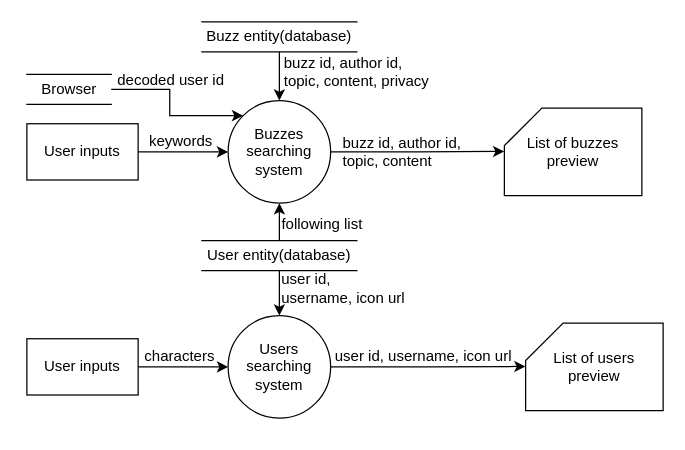
Before: DFD/Buzzer/SeachingSystem.drawio in DonaldLamNL/buzzer, a draw.io diagram. Source tidied: cells renumbered, new cells numbered last; positions are measured from the earlier drawing's top-left corner, leaving out a move shared by most shapes. Both pictures are drawn from the tidied source at 125%, with x=0, y=0 at pixel (26, 21).
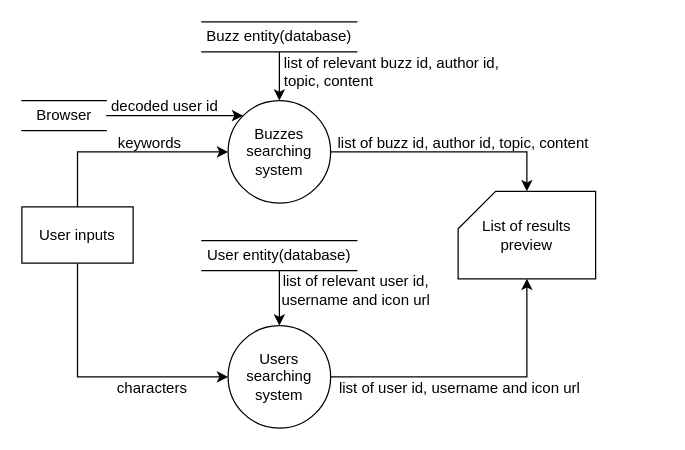
After the change.

Unchanged cells that the change refers to:
```xml
<mxCell id="4" value="Buzzes searching system" style="ellipse;whiteSpace=wrap;html=1;" parent="1" vertex="1">
  <mxGeometry x="161" y="63" width="82" height="82" as="geometry" />
</mxCell>
<mxCell id="16" value="User entity(database)" style="shape=partialRectangle;whiteSpace=wrap;html=1;left=0;right=0;fillColor=none;" parent="1" vertex="1">
  <mxGeometry x="140" y="175" width="124" height="24" as="geometry" />
</mxCell>
```

Diff of the diagram source:
```diff
@@
-    <mxCell id="2" style="edgeStyle=orthogonalEdgeStyle;rounded=0;jettySize=auto;html=1;exitX=1;exitY=0.5;exitDx=0;exitDy=0;" parent="1" edge="1" source="10" target="4">
-      <mxGeometry relative="1" as="geometry" />
-    </mxCell>
-    <mxCell id="3" style="edgeStyle=orthogonalEdgeStyle;rounded=0;jettySize=auto;html=1;exitX=1;exitY=0.5;exitDx=0;exitDy=0;entryX=-0.001;entryY=0.495;entryDx=0;entryDy=0;entryPerimeter=0;" parent="1" edge="1" source="4" target="7">
+    <mxCell id="3" style="edgeStyle=orthogonalEdgeStyle;rounded=0;jettySize=auto;html=1;exitX=1;exitY=0.5;exitDx=0;exitDy=0;entryX=0.5;entryY=0;entryDx=0;entryDy=0;entryPerimeter=0;" parent="1" edge="1" source="4" target="7">
       <mxGeometry relative="1" as="geometry" />
     </mxCell>
@@
-    <mxCell id="7" value="List of buzzes preview" style="shape=card;whiteSpace=wrap;html=1;" parent="1" vertex="1">
-      <mxGeometry x="382" y="69" width="110" height="70" as="geometry" />
+    <mxCell id="7" value="List of results preview" style="shape=card;whiteSpace=wrap;html=1;" parent="1" vertex="1">
+      <mxGeometry x="345" y="135.5" width="110" height="70" as="geometry" />
     </mxCell>
     <mxCell id="8" value="keywords" style="text;html=1;align=center;verticalAlign=middle;strokeColor=none;fillColor=none;" parent="1" vertex="1">
-      <mxGeometry x="88" y="83" width="69" height="26" as="geometry" />
+      <mxGeometry x="63" y="84" width="69" height="26" as="geometry" />
     </mxCell>
-    <mxCell id="9" value="buzz id, author id,&lt;br&gt;topic, content, privacy" style="text;html=1;align=left;verticalAlign=middle;strokeColor=none;fillColor=none;" parent="1" vertex="1">
-      <mxGeometry x="203.5" y="20" width="134" height="40" as="geometry" />
+    <mxCell id="9" value="list of relevant&amp;nbsp;buzz id, author id,&lt;br&gt;topic, content" style="text;html=1;align=left;verticalAlign=middle;strokeColor=none;fillColor=none;" parent="1" vertex="1">
+      <mxGeometry x="203.5" y="20" width="190" height="40" as="geometry" />
     </mxCell>
+    <mxCell id="2" style="edgeStyle=orthogonalEdgeStyle;rounded=0;jettySize=auto;html=1;exitX=0.5;exitY=0;exitDx=0;exitDy=0;entryX=0;entryY=0.5;entryDx=0;entryDy=0;" parent="1" edge="1" source="10" target="4">
+      <mxGeometry relative="1" as="geometry" />
+    </mxCell>
+    <mxCell id="27" style="edgeStyle=orthogonalEdgeStyle;rounded=0;jettySize=auto;html=1;exitX=0.5;exitY=1;exitDx=0;exitDy=0;entryX=0;entryY=0.5;entryDx=0;entryDy=0;" parent="1" edge="1" source="10" target="13">
+      <mxGeometry relative="1" as="geometry" />
+    </mxCell>
     <mxCell id="10" value="User inputs" style="rounded=0;whiteSpace=wrap;html=1;" parent="1" vertex="1">
-      <mxGeometry y="81.5" width="89" height="45" as="geometry" />
+      <mxGeometry x="-4" y="148" width="89" height="45" as="geometry" />
     </mxCell>
-    <mxCell id="11" style="edgeStyle=orthogonalEdgeStyle;rounded=0;jettySize=auto;html=1;exitX=1;exitY=0.5;exitDx=0;exitDy=0;" parent="1" edge="1" source="21" target="13">
-      <mxGeometry relative="1" as="geometry" />
-    </mxCell>
-    <mxCell id="12" style="edgeStyle=orthogonalEdgeStyle;rounded=0;jettySize=auto;html=1;exitX=1;exitY=0.5;exitDx=0;exitDy=0;entryX=-0.001;entryY=0.495;entryDx=0;entryDy=0;entryPerimeter=0;" parent="1" edge="1" source="13" target="17">
+    <mxCell id="12" style="edgeStyle=orthogonalEdgeStyle;rounded=0;jettySize=auto;html=1;exitX=1;exitY=0.5;exitDx=0;exitDy=0;entryX=0.5;entryY=1;entryDx=0;entryDy=0;entryPerimeter=0;" parent="1" edge="1" source="13" target="7">
       <mxGeometry relative="1" as="geometry" />
     </mxCell>
     <mxCell id="13" value="Users searching system" style="ellipse;whiteSpace=wrap;html=1;" parent="1" vertex="1">
-      <mxGeometry x="161" y="235" width="82" height="82" as="geometry" />
+      <mxGeometry x="161" y="243" width="82" height="82" as="geometry" />
     </mxCell>
@@
-    <mxCell id="15" style="edgeStyle=orthogonalEdgeStyle;rounded=0;jettySize=auto;html=1;exitX=0.5;exitY=0;exitDx=0;exitDy=0;entryX=0.5;entryY=1;entryDx=0;entryDy=0;" parent="1" edge="1" source="16" target="4">
-      <mxGeometry relative="1" as="geometry" />
-    </mxCell>
@@
-    <mxCell id="17" value="List of users preview" style="shape=card;whiteSpace=wrap;html=1;" parent="1" vertex="1">
-      <mxGeometry x="399" y="241" width="110" height="70" as="geometry" />
-    </mxCell>
     <mxCell id="18" value="characters" style="text;html=1;align=center;verticalAlign=middle;strokeColor=none;fillColor=none;" parent="1" vertex="1">
-      <mxGeometry x="85" y="255" width="74" height="26" as="geometry" />
+      <mxGeometry x="63" y="280" width="74" height="26" as="geometry" />
     </mxCell>
-    <mxCell id="19" value="user id,&lt;br&gt;username, icon url" style="text;html=1;align=left;verticalAlign=middle;strokeColor=none;fillColor=none;" parent="1" vertex="1">
-      <mxGeometry x="201.5" y="193" width="117" height="40" as="geometry" />
-    </mxCell>
-    <mxCell id="20" value="user id, username, icon url" style="text;html=1;align=center;verticalAlign=middle;strokeColor=none;fillColor=none;" parent="1" vertex="1">
-      <mxGeometry x="237" y="255" width="159" height="26" as="geometry" />
-    </mxCell>
-    <mxCell id="21" value="User inputs" style="rounded=0;whiteSpace=wrap;html=1;" parent="1" vertex="1">
-      <mxGeometry y="253.5" width="89" height="45" as="geometry" />
-    </mxCell>
@@
     <mxCell id="23" value="Browser" style="shape=partialRectangle;whiteSpace=wrap;html=1;left=0;right=0;fillColor=none;" parent="1" vertex="1">
-      <mxGeometry y="42" width="67.5" height="24" as="geometry" />
+      <mxGeometry x="-4" y="63" width="67.5" height="24" as="geometry" />
     </mxCell>
     <mxCell id="24" value="decoded user id" style="text;html=1;align=center;verticalAlign=middle;strokeColor=none;fillColor=none;" parent="1" vertex="1">
-      <mxGeometry x="63" y="34" width="103" height="26" as="geometry" />
+      <mxGeometry x="58" y="55" width="103" height="26" as="geometry" />
     </mxCell>
-    <mxCell id="25" value="following list" style="text;html=1;align=center;verticalAlign=middle;strokeColor=none;fillColor=none;" parent="1" vertex="1">
-      <mxGeometry x="194" y="149" width="83" height="26" as="geometry" />
-    </mxCell>
-    <mxCell id="26" value="buzz id, author id,&lt;br&gt;topic, content" style="text;html=1;align=left;verticalAlign=middle;strokeColor=none;fillColor=none;" parent="1" vertex="1">
-      <mxGeometry x="251" y="84" width="113" height="40" as="geometry" />
+    <mxCell id="26" value="list of buzz id, author id,&amp;nbsp;topic, content" style="text;html=1;align=left;verticalAlign=middle;strokeColor=none;fillColor=none;" parent="1" vertex="1">
+      <mxGeometry x="247" y="84" width="219" height="26" as="geometry" />
     </mxCell>
+    <mxCell id="28" value="list of user id, username and icon url" style="text;html=1;align=center;verticalAlign=middle;strokeColor=none;fillColor=none;" parent="1" vertex="1">
+      <mxGeometry x="240" y="280" width="211" height="26" as="geometry" />
+    </mxCell>
+    <mxCell id="29" value="list of relevant user id,&lt;br&gt;username and icon url" style="text;html=1;align=center;verticalAlign=middle;strokeColor=none;fillColor=none;" parent="1" vertex="1">
+      <mxGeometry x="194" y="195" width="137" height="40" as="geometry" />
+    </mxCell>
```
